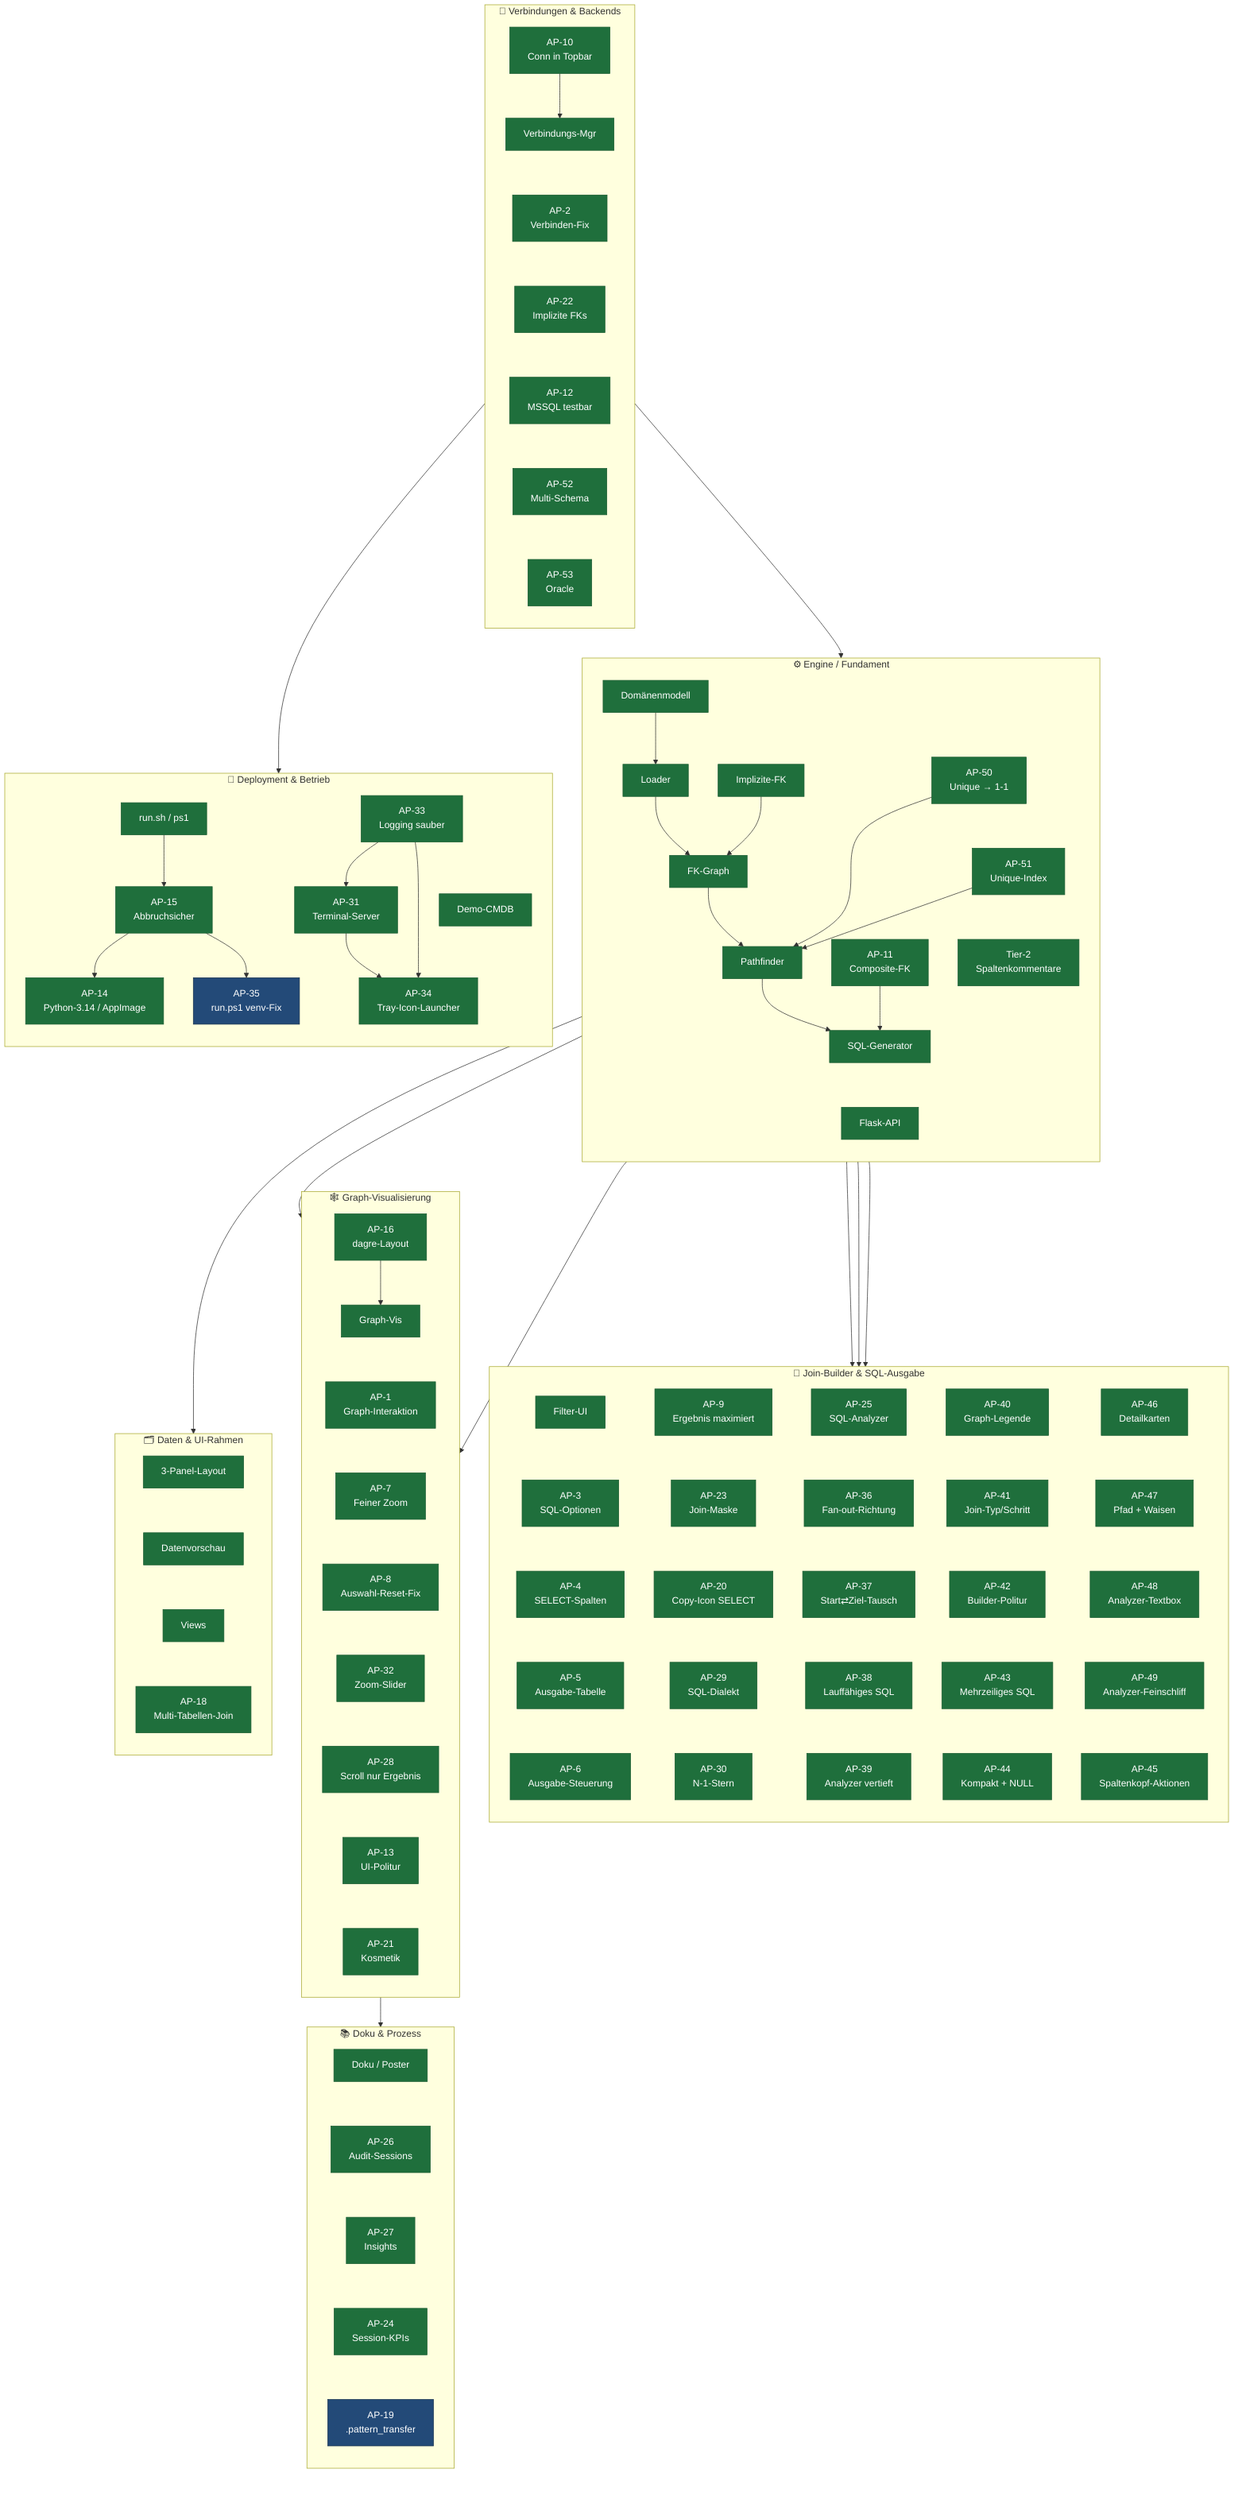
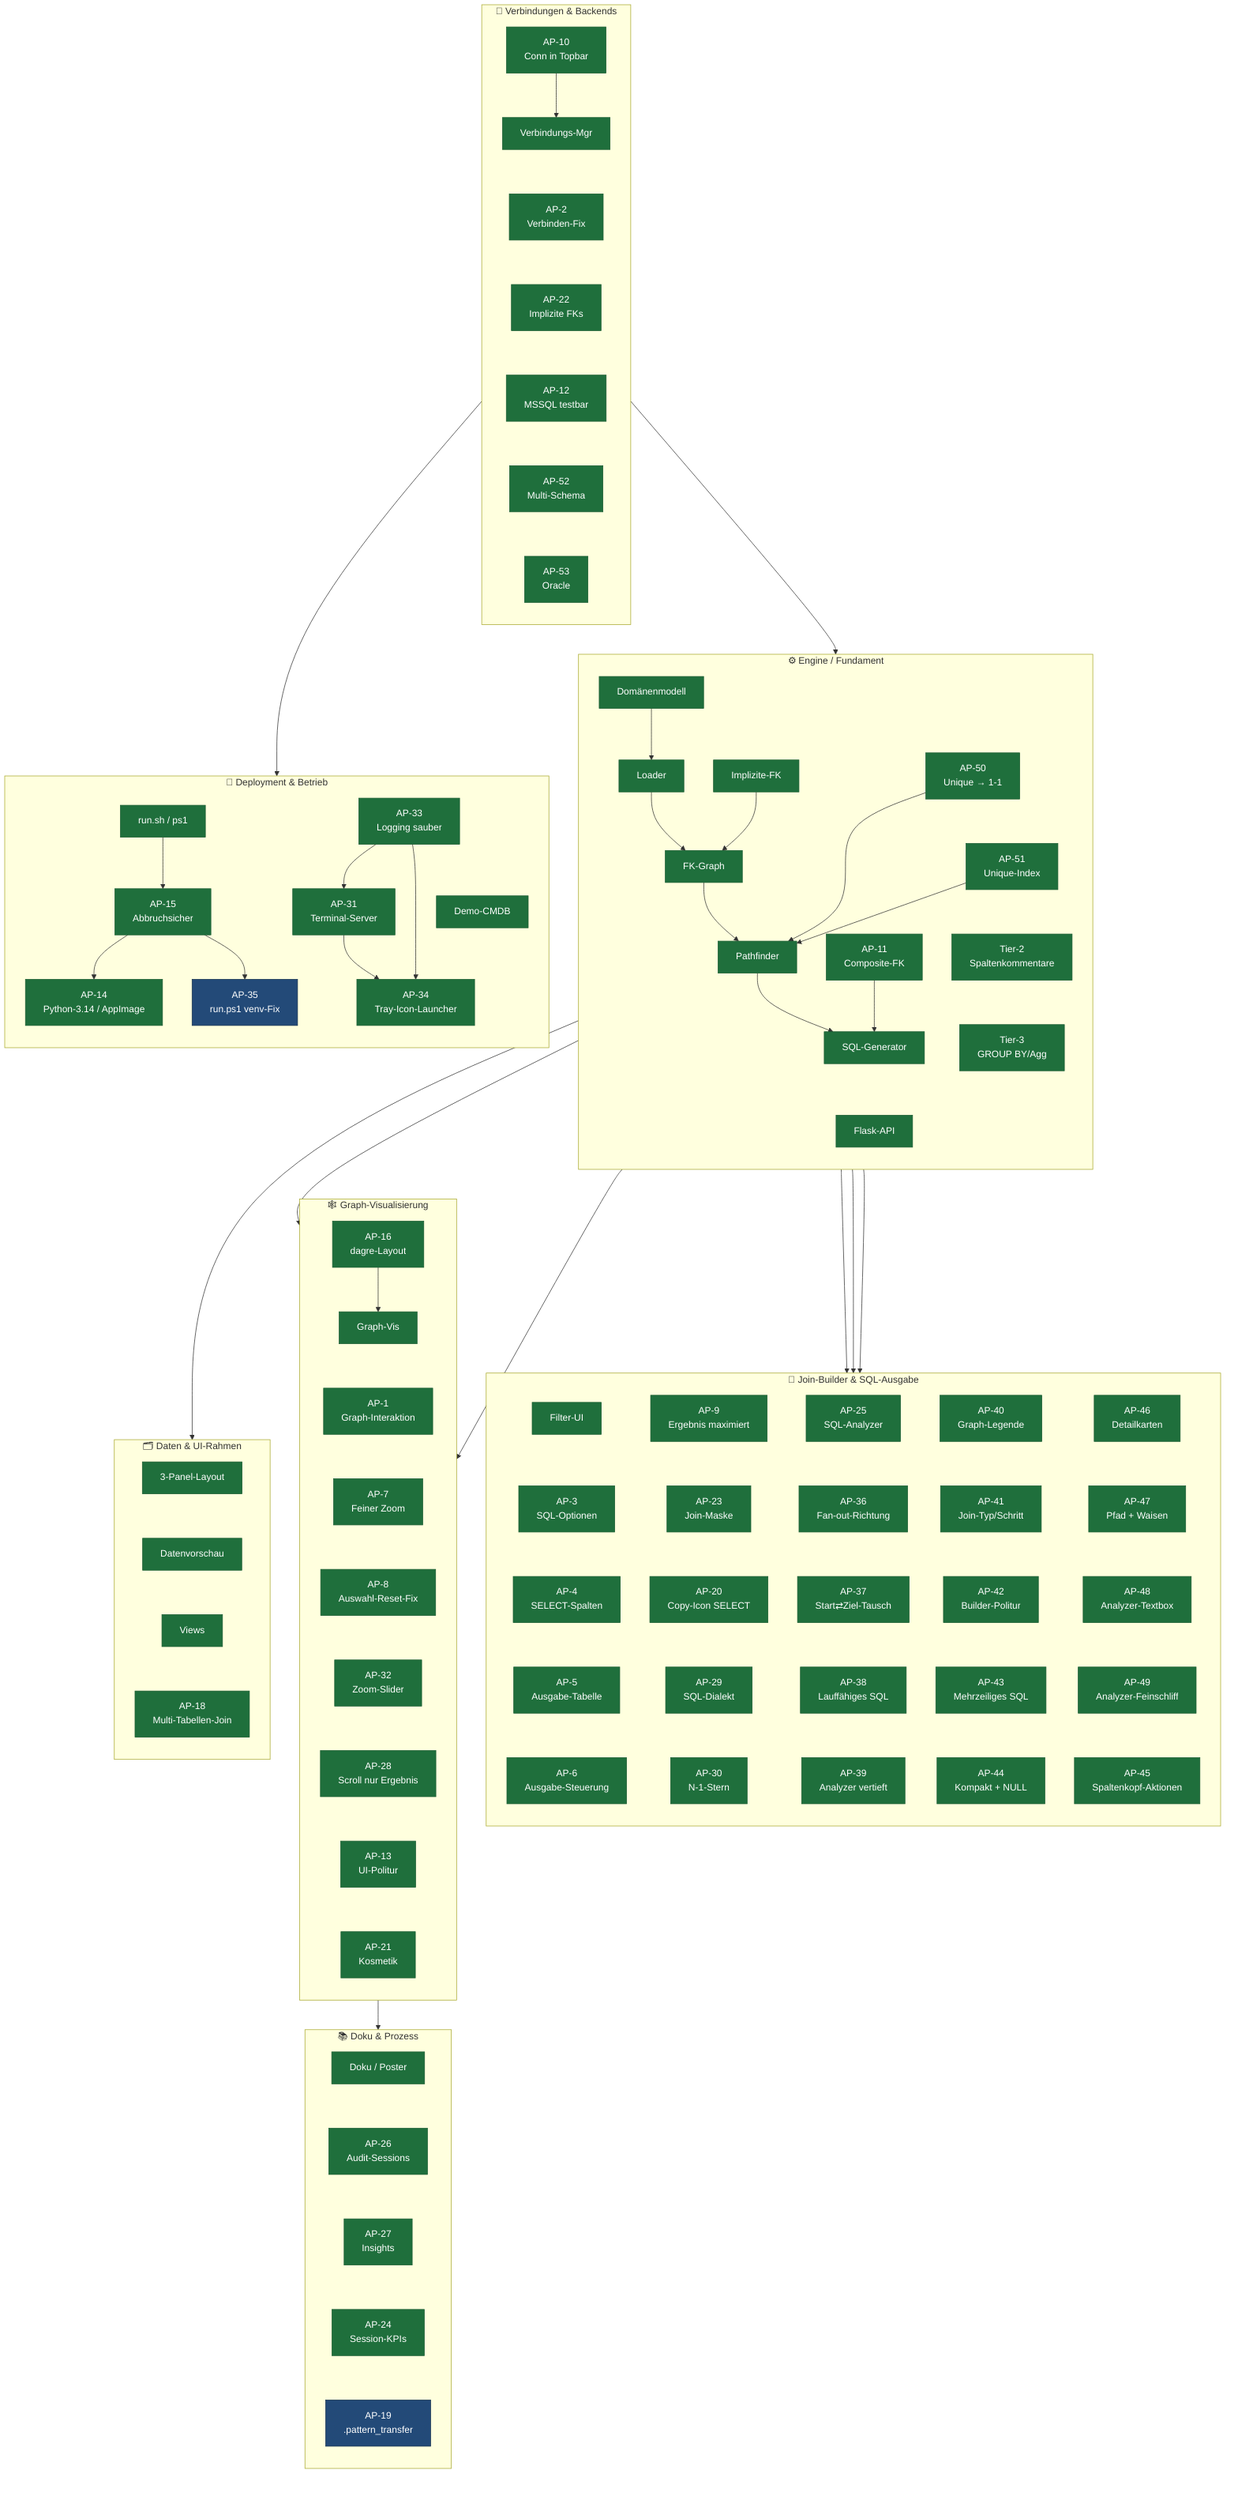
flowchart TB
    classDef done fill:#1f6f3c,color:#fff,stroke:#1a5c32,stroke-width:1px
    classDef plan fill:#234a78,color:#fff,stroke:#16314f,stroke-width:1px

    %% ── C1 · Engine / Fundament ──────────────────────────────────────────
    subgraph C1["⚙️  Engine / Fundament"]
        direction TB
        E1["Domänenmodell"]
        E2["Loader"]
        E3["FK-Graph"]
        E4["Pathfinder"]
        E5["SQL-Generator"]
        E6["Flask-API"]
        E7["AP-11\nComposite-FK"]
        E8["Implizite-FK"]
        E9["AP-50\nUnique → 1-1"]
        E10["AP-51\nUnique-Index"]
        E11["Tier-2\nSpaltenkommentare"]
+         E12["Tier-3\nGROUP BY/Agg"]
        E1 --> E2 --> E3 --> E4 --> E5
        E7 --> E5
        E8 --> E3
        E9 --> E4
        E10 --> E4
        E5 ~~~ E6
        E9 ~~~ E10
        E10 ~~~ E11
+         E11 ~~~ E12
    end

    %% ── C2 · Verbindungen & Backends ─────────────────────────────────────
    subgraph C2["🔌  Verbindungen & Backends"]
        direction TB
        V1["Verbindungs-Mgr"]
        V2["AP-2\nVerbinden-Fix"]
        V3["AP-10\nConn in Topbar"]
        V4["AP-12\nMSSQL testbar"]
        V5["AP-22\nImplizite FKs"]
        V6["AP-52\nMulti-Schema"]
        V7["AP-53\nOracle"]
        V3 --> V1
        V1 ~~~ V2 ~~~ V5 ~~~ V4 ~~~ V6 ~~~ V7
    end

    %% ── C3 · Join-Builder & SQL-Ausgabe ──────────────────────────────────
    subgraph C3["🧩  Join-Builder & SQL-Ausgabe"]
        direction TB
        J1["Filter-UI"]
        J2["AP-3\nSQL-Optionen"]
        J3["AP-4\nSELECT-Spalten"]
        J4["AP-5\nAusgabe-Tabelle"]
        J5["AP-6\nAusgabe-Steuerung"]
        J6["AP-9\nErgebnis maximiert"]
        J7["AP-23\nJoin-Maske"]
        J8["AP-20\nCopy-Icon SELECT"]
        J9["AP-29\nSQL-Dialekt"]
        J10["AP-30\nN-1-Stern"]
        J11["AP-25\nSQL-Analyzer"]
        J12["AP-36\nFan-out-Richtung"]
        J13["AP-37\nStart⇄Ziel-Tausch"]
        J14["AP-38\nLauffähiges SQL"]
        J15["AP-39\nAnalyzer vertieft"]
        J16["AP-40\nGraph-Legende"]
        J17["AP-41\nJoin-Typ/Schritt"]
        J18["AP-42\nBuilder-Politur"]
        J19["AP-43\nMehrzeiliges SQL"]
        J20["AP-44\nKompakt + NULL"]
        J21["AP-46\nDetailkarten"]
        J22["AP-47\nPfad + Waisen"]
        J23["AP-48\nAnalyzer-Textbox"]
        J24["AP-49\nAnalyzer-Feinschliff"]
        J25["AP-45\nSpaltenkopf-Aktionen"]
        %% In 5 parallele Spalten gepackt (statt einer 25-Boxen-Säule) → kompaktes Gitter
        J1 ~~~ J2 ~~~ J3 ~~~ J4 ~~~ J5
        J6 ~~~ J7 ~~~ J8 ~~~ J9 ~~~ J10
        J11 ~~~ J12 ~~~ J13 ~~~ J14 ~~~ J15
        J16 ~~~ J17 ~~~ J18 ~~~ J19 ~~~ J20
        J21 ~~~ J22 ~~~ J23 ~~~ J24 ~~~ J25
    end

    %% ── C4 · Graph-Visualisierung ────────────────────────────────────────
    subgraph C4["🕸️  Graph-Visualisierung"]
        direction TB
        G1["Graph-Vis"]
        G2["AP-1\nGraph-Interaktion"]
        G3["AP-7\nFeiner Zoom"]
        G4["AP-8\nAuswahl-Reset-Fix"]
        G5["AP-16\ndagre-Layout"]
        G6["AP-32\nZoom-Slider"]
        G7["AP-28\nScroll nur Ergebnis"]
        G8["AP-13\nUI-Politur"]
        G9["AP-21\nKosmetik"]
        G5 --> G1
        G1 ~~~ G2 ~~~ G3 ~~~ G4 ~~~ G6 ~~~ G7 ~~~ G8 ~~~ G9
    end

    %% ── C5 · Daten & UI-Rahmen ───────────────────────────────────────────
    subgraph C5["🗂️  Daten & UI-Rahmen"]
        direction TB
        D1["3-Panel-Layout"]
        D2["Datenvorschau"]
        D3["Views"]
        D4["AP-18\nMulti-Tabellen-Join"]
        D1 ~~~ D2 ~~~ D3 ~~~ D4
    end

    %% ── C6 · Deployment & Betrieb ────────────────────────────────────────
    subgraph C6["🚀  Deployment & Betrieb"]
        direction TB
        B1["Demo-CMDB"]
        B2["run.sh / ps1"]
        B3["AP-15\nAbbruchsicher"]
        B4["AP-14\nPython-3.14 / AppImage"]
        B5["AP-35\nrun.ps1 venv-Fix"]
        B7["AP-31\nTerminal-Server"]
        B8["AP-33\nLogging sauber"]
        B9["AP-34\nTray-Icon-Launcher"]
        B2 --> B3
        B3 --> B4
        B3 --> B5
        B8 --> B7
        B7 --> B9
        B8 --> B9
        B1 ~~~ B9
    end

    %% ── C7 · Doku & Prozess ──────────────────────────────────────────────
    subgraph C7["📚  Doku & Prozess"]
        direction TB
        K1["Doku / Poster"]
        K2["AP-26\nAudit-Sessions"]
        K3["AP-27\nInsights"]
        K5["AP-24\nSession-KPIs"]
        K4["AP-19\n.pattern_transfer"]
        K1 ~~~ K2 ~~~ K3 ~~~ K5 ~~~ K4
    end

    %% ── Cluster-übergreifende Abhängigkeiten ─────────────────────────────
    V1 --> E2
    E5 --> J1
    E5 --> J9
    E5 --> J11
    E4 --> G2
    E3 --> G1
    E6 --> D1
    V4 --> B7
    G5 --> K2

-     class E1,E2,E3,E4,E5,E6,E7,E8,E9,E10,E11 done
+     class E1,E2,E3,E4,E5,E6,E7,E8,E9,E10,E11,E12 done
    class V1,V2,V3,V4,V5,V6,V7 done
    class J1,J2,J3,J4,J5,J6,J7,J8,J9,J10,J11,J12,J13,J14,J15,J16,J17,J18,J19,J20,J21,J22,J23,J24,J25 done
    class G1,G2,G3,G4,G5,G6,G7,G8,G9 done
    class D1,D2,D3,D4 done
    class B1,B2,B3,B4,B7,B8,B9 done
    class B5 plan
    class K1,K2,K3,K5 done
    class K4 plan
